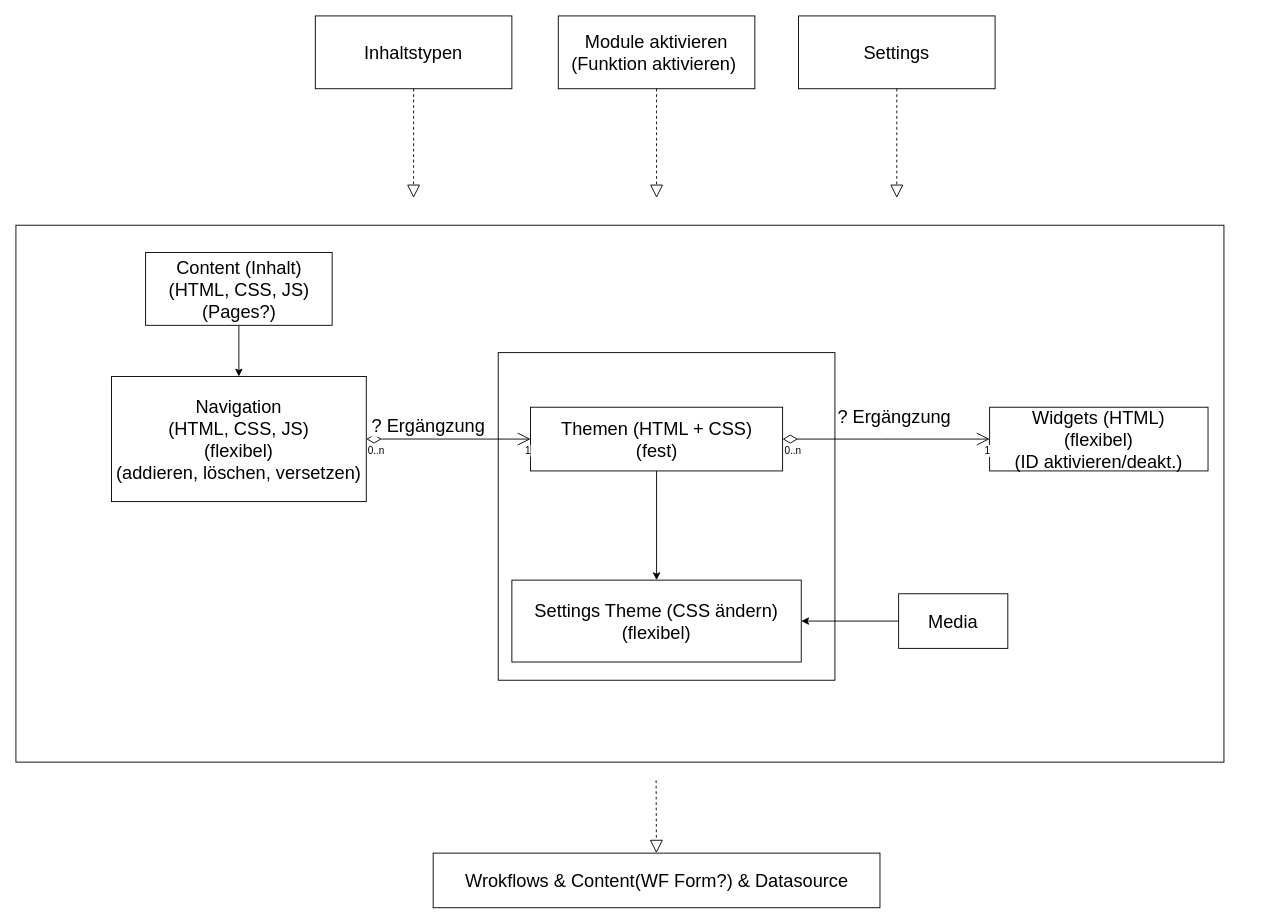
The draw.io diagram Einrichtungsreihfolge.drawio in masteryijian/Hallo-World-, before the edit. Source tidied: cells renumbered, new cells numbered last; positions are measured from the earlier drawing's top-left corner, leaving out a move shared by most shapes. Both pictures are drawn from the tidied source at 91%, with x=0, y=0 at pixel (15, 15).
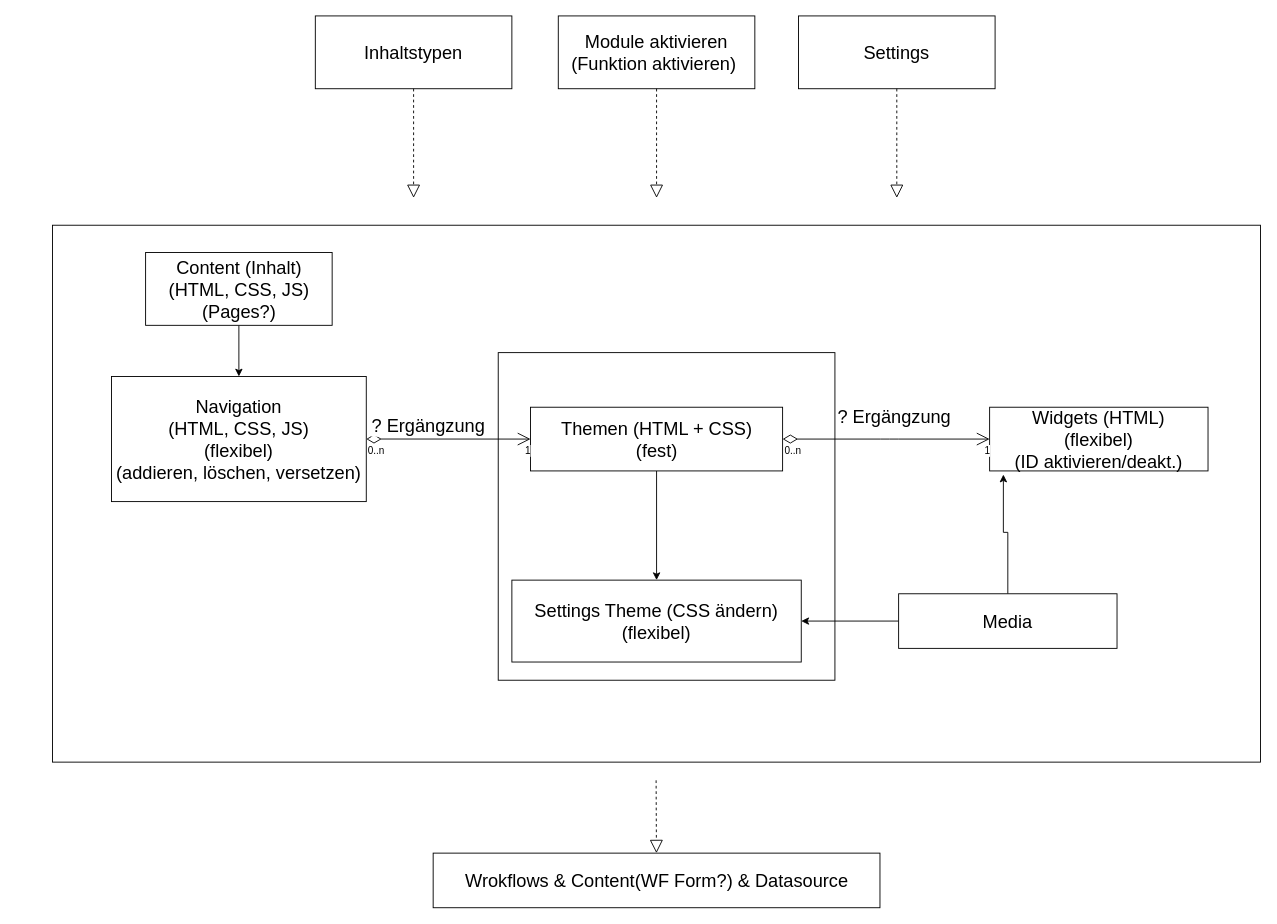
Above is the later version.

Unchanged cells that the change refers to:
```xml
<mxCell id="8" value="Widgets (HTML)&lt;br&gt;(flexibel)&lt;br&gt;(ID aktivieren/deakt.)" style="rounded=0;whiteSpace=wrap;html=1;fontSize=20;" parent="1" vertex="1">
  <mxGeometry x="1070" y="430" width="240" height="70" as="geometry" />
</mxCell>
```

The edit, as a diff of the source:
```diff
@@
     <mxCell id="2" style="rounded=0;whiteSpace=wrap;html=1;fontSize=20;" parent="1" vertex="1">
-      <mxGeometry y="230" width="1327.5" height="590" as="geometry" />
+      <mxGeometry x="40.2" y="230" width="1327.5" height="590" as="geometry" />
     </mxCell>
@@
+    <mxCell id="27" style="edgeStyle=orthogonalEdgeStyle;rounded=0;jettySize=auto;html=1;entryX=0.063;entryY=1.057;entryDx=0;entryDy=0;entryPerimeter=0;fontSize=20;" parent="1" edge="1" source="26" target="8">
+      <mxGeometry relative="1" as="geometry" />
+    </mxCell>
     <mxCell id="26" value="Media" style="rounded=0;whiteSpace=wrap;html=1;fontSize=20;" parent="1" vertex="1">
-      <mxGeometry x="970" y="635" width="120" height="60" as="geometry" />
+      <mxGeometry x="970" y="635" width="240" height="60" as="geometry" />
     </mxCell>
```
